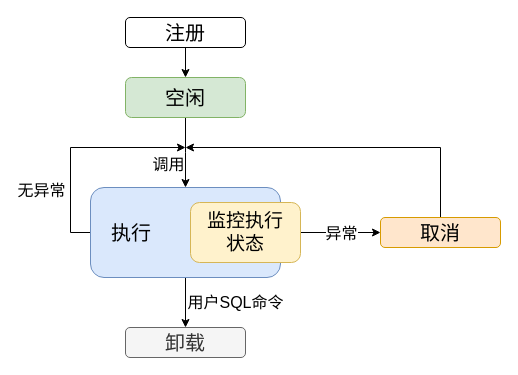
The draw.io diagram page "UDF生命周期管理" (9 of 17) of test.drawio in shinyano/drawio, before the edit. Source tidied: cells renumbered, new cells numbered last; positions are measured from the earlier drawing's top-left corner, leaving out a move shared by most shapes. Both pictures are drawn from the tidied source at 100%, with x=0, y=0 at pixel (70, 17).
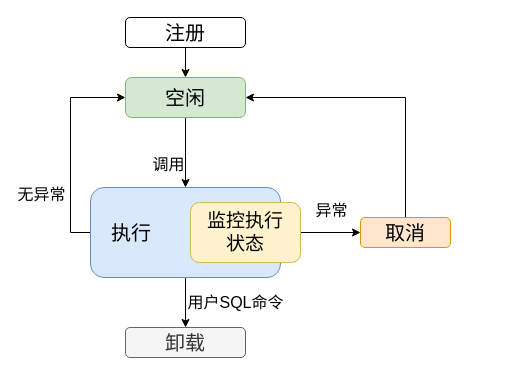
The same diagram, later.

Unchanged cells that the change refers to:
```xml
<mxCell id="10" value="执行" style="rounded=1;whiteSpace=wrap;html=1;strokeColor=#6c8ebf;align=left;verticalAlign=middle;fontFamily=Helvetica;fontSize=20;fillColor=#dae8fc;spacingTop=0;spacingLeft=19;" parent="1" vertex="1">
  <mxGeometry x="20" y="170" width="190" height="90" as="geometry" />
</mxCell>
<mxCell id="12" style="edgeStyle=orthogonalEdgeStyle;rounded=0;jettySize=auto;html=1;entryX=0;entryY=0.5;entryDx=0;entryDy=0;fontFamily=Helvetica;fontSize=20;fontColor=default;" parent="1" edge="1" source="14" target="16">
  <mxGeometry relative="1" as="geometry" />
</mxCell>
<mxCell id="17" value="空闲" style="rounded=1;whiteSpace=wrap;html=1;fontSize=20;fillColor=#d5e8d4;strokeColor=#82b366;" parent="1" vertex="1">
  <mxGeometry x="55" y="60" width="120" height="40" as="geometry" />
</mxCell>
```

What changed in the source:
```diff
@@
-    <mxCell id="8" style="edgeStyle=orthogonalEdgeStyle;rounded=0;jettySize=auto;html=1;fontFamily=Helvetica;fontSize=20;fontColor=default;exitX=0;exitY=0.5;exitDx=0;exitDy=0;" parent="1" edge="1" source="10">
+    <mxCell id="8" style="edgeStyle=orthogonalEdgeStyle;rounded=0;jettySize=auto;html=1;fontFamily=Helvetica;fontSize=20;fontColor=default;exitX=0;exitY=0.5;exitDx=0;exitDy=0;entryX=0;entryY=0.5;entryDx=0;entryDy=0;" parent="1" edge="1" source="10" target="17">
       <mxGeometry relative="1" as="geometry">
-        <mxPoint x="115" y="130" as="targetPoint" />
         <Array as="points">
           <mxPoint y="215" />
-          <mxPoint y="130" />
+          <mxPoint y="80" />
         </Array>
       </mxGeometry>
     </mxCell>
@@
     <mxCell id="13" value="&lt;font style=&quot;font-size: 16px;&quot;&gt;异常&lt;/font&gt;" style="edgeLabel;html=1;align=center;verticalAlign=middle;rounded=1;strokeColor=default;fontFamily=Helvetica;fontSize=20;fontColor=default;fillColor=default;" parent="12" vertex="1">
       <mxGeometry x="0.11" y="-1" relative="1" as="geometry">
-        <mxPoint x="-4" y="-3" as="offset" />
+        <mxPoint x="-3" y="-26" as="offset" />
       </mxGeometry>
     </mxCell>
@@
-    <mxCell id="15" style="edgeStyle=orthogonalEdgeStyle;rounded=0;jettySize=auto;html=1;fontFamily=Helvetica;fontSize=20;fontColor=default;exitX=0.5;exitY=0;exitDx=0;exitDy=0;" parent="1" edge="1" source="16">
+    <mxCell id="15" style="edgeStyle=orthogonalEdgeStyle;rounded=0;jettySize=auto;html=1;fontFamily=Helvetica;fontSize=20;fontColor=default;exitX=0.5;exitY=0;exitDx=0;exitDy=0;entryX=1;entryY=0.5;entryDx=0;entryDy=0;" parent="1" edge="1" source="16" target="17">
       <mxGeometry relative="1" as="geometry">
-        <mxPoint x="115" y="130" as="targetPoint" />
         <Array as="points">
-          <mxPoint x="370" y="130" />
-          <mxPoint x="115" y="130" />
+          <mxPoint x="335" y="80" />
         </Array>
       </mxGeometry>
     </mxCell>
     <mxCell id="16" value="取消" style="rounded=1;whiteSpace=wrap;html=1;strokeColor=#d79b00;align=center;verticalAlign=middle;fontFamily=Helvetica;fontSize=20;fillColor=#ffe6cc;" parent="1" vertex="1">
-      <mxGeometry x="310" y="200" width="120" height="30" as="geometry" />
+      <mxGeometry x="290" y="200" width="90" height="30" as="geometry" />
     </mxCell>
```
